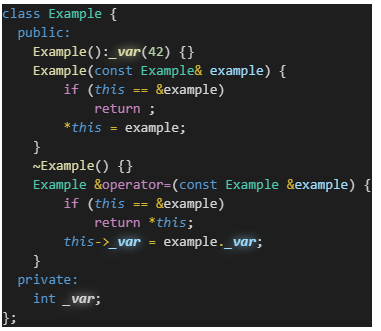
Earlier version of the draw.io export images/memberVariableThis.drawio.png (MickaelBlet/highlight-regex). Source tidied: cells renumbered, new cells last; positions are measured from the earlier drawing's top-left corner, leaving out a move shared by most shapes.
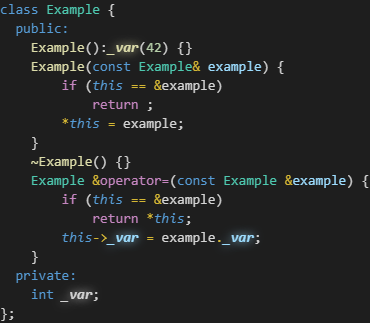
The same file after the commit.

What changed in the source:
```diff
@@ -2,8 +2,8 @@
   <root>
     <mxCell id="0" />
     <mxCell id="1" parent="0" />
-    <mxCell id="2" value="&lt;div style=&quot;color: rgb(212 , 212 , 212) ; background-color: rgb(30 , 30 , 30) ; font-family: &amp;#34;consolas&amp;#34; , &amp;#34;courier new&amp;#34; , monospace ; font-size: 14px ; line-height: 19px&quot;&gt;&lt;div&gt;&lt;span style=&quot;color: #569cd6&quot;&gt;class&lt;/span&gt; &lt;span style=&quot;color: #4ec9b0&quot;&gt;Example&lt;/span&gt; {&lt;/div&gt;&lt;div&gt;&amp;nbsp; &lt;span style=&quot;color: #569cd6&quot;&gt;public:&lt;/span&gt;&lt;/div&gt;&lt;div&gt;&amp;nbsp; &amp;nbsp; &lt;span style=&quot;color: #dcdcaa&quot;&gt;Example&lt;/span&gt;():&lt;span style=&quot;color: #dcdcaa ; font-style: italic ; font-weight: bold ; text-shadow: 0px 0px 10px&quot;&gt;_var&lt;/span&gt;(&lt;span style=&quot;color: #b5cea8&quot;&gt;42&lt;/span&gt;) {}&lt;/div&gt;&lt;div&gt;&amp;nbsp; &amp;nbsp; &lt;span style=&quot;color: #dcdcaa&quot;&gt;Example&lt;/span&gt;(&lt;span style=&quot;color: #569cd6&quot;&gt;const&lt;/span&gt; &lt;span style=&quot;color: #4ec9b0&quot;&gt;Example&lt;/span&gt;&lt;span style=&quot;color: #d5b734&quot;&gt;&amp;amp;&lt;/span&gt; &lt;span style=&quot;color: #9cdcfe&quot;&gt;example&lt;/span&gt;) {&lt;/div&gt;&lt;div&gt;&amp;nbsp; &amp;nbsp; &amp;nbsp; &amp;nbsp; &lt;span style=&quot;color: #c586c0&quot;&gt;if&lt;/span&gt; (&lt;i&gt;&lt;span style=&quot;color: #569cd6&quot;&gt;this&lt;/span&gt; &lt;/i&gt;&lt;span style=&quot;color: #d5b734&quot;&gt;==&lt;/span&gt; &lt;span style=&quot;color: #d5b734&quot;&gt;&amp;amp;&lt;/span&gt;example)&lt;/div&gt;&lt;div&gt;&amp;nbsp; &amp;nbsp; &amp;nbsp; &amp;nbsp; &amp;nbsp; &amp;nbsp; &lt;span style=&quot;color: #c586c0&quot;&gt;return&lt;/span&gt; ;&lt;/div&gt;&lt;div&gt;&amp;nbsp; &amp;nbsp; &amp;nbsp; &amp;nbsp; &lt;span style=&quot;color: #d5b734&quot;&gt;*&lt;/span&gt;&lt;i&gt;&lt;span style=&quot;color: #569cd6&quot;&gt;this&lt;/span&gt; &lt;/i&gt;&lt;span style=&quot;color: #d5b734&quot;&gt;=&lt;/span&gt; example;&lt;/div&gt;&lt;div&gt;&amp;nbsp; &amp;nbsp; }&lt;/div&gt;&lt;div&gt;&amp;nbsp; &amp;nbsp; &lt;span style=&quot;color: #dcdcaa&quot;&gt;~Example&lt;/span&gt;() {}&lt;/div&gt;&lt;div&gt;&amp;nbsp; &amp;nbsp; &lt;span style=&quot;color: #4ec9b0&quot;&gt;Example&lt;/span&gt; &lt;span style=&quot;color: #d5b734&quot;&gt;&amp;amp;&lt;/span&gt;&lt;span style=&quot;color: #c586c0&quot;&gt;operator=&lt;/span&gt;(&lt;span style=&quot;color: #569cd6&quot;&gt;const&lt;/span&gt; &lt;span style=&quot;color: #4ec9b0&quot;&gt;Example&lt;/span&gt; &lt;span style=&quot;color: #d5b734&quot;&gt;&amp;amp;&lt;/span&gt;&lt;span style=&quot;color: #9cdcfe&quot;&gt;example&lt;/span&gt;) {&lt;/div&gt;&lt;div&gt;&amp;nbsp; &amp;nbsp; &amp;nbsp; &amp;nbsp; &lt;span style=&quot;color: #c586c0&quot;&gt;if&lt;/span&gt; (&lt;i&gt;&lt;span style=&quot;color: #569cd6&quot;&gt;this&lt;/span&gt; &lt;/i&gt;&lt;span style=&quot;color: #d5b734&quot;&gt;==&lt;/span&gt; &lt;span style=&quot;color: #d5b734&quot;&gt;&amp;amp;&lt;/span&gt;example)&lt;/div&gt;&lt;div&gt;&amp;nbsp; &amp;nbsp; &amp;nbsp; &amp;nbsp; &amp;nbsp; &amp;nbsp; &lt;span style=&quot;color: #c586c0&quot;&gt;return&lt;/span&gt; &lt;span style=&quot;color: #d5b734&quot;&gt;*&lt;/span&gt;&lt;span style=&quot;color: #569cd6&quot;&gt;&lt;i&gt;this&lt;/i&gt;&lt;/span&gt;;&lt;/div&gt;&lt;div&gt;&amp;nbsp; &amp;nbsp; &amp;nbsp; &amp;nbsp; &lt;span style=&quot;color: #569cd6&quot;&gt;&lt;i&gt;this&lt;/i&gt;&lt;/span&gt;&lt;span style=&quot;color: #d5b734&quot;&gt;-&amp;gt;&lt;/span&gt;&lt;span style=&quot;color: #9cdcfe ; font-style: italic ; font-weight: bold ; text-shadow: 0px 0px 10px&quot;&gt;_var&lt;/span&gt; &lt;span style=&quot;color: #d5b734&quot;&gt;=&lt;/span&gt; example&lt;span style=&quot;color: #d5b734&quot;&gt;.&lt;/span&gt;&lt;span style=&quot;color: #9cdcfe ; font-style: italic ; font-weight: bold ; text-shadow: 0px 0px 10px&quot;&gt;_var&lt;/span&gt;;&lt;/div&gt;&lt;div&gt;&amp;nbsp; &amp;nbsp; }&lt;/div&gt;&lt;div&gt;&amp;nbsp; &lt;span style=&quot;color: #569cd6&quot;&gt;private:&lt;/span&gt;&lt;/div&gt;&lt;div&gt;&amp;nbsp; &amp;nbsp; &lt;span style=&quot;color: #569cd6&quot;&gt;int&lt;/span&gt; &lt;span style=&quot;font-style: italic ; font-weight: bold ; text-shadow: 0px 0px 10px&quot;&gt;_var&lt;/span&gt;;&lt;/div&gt;&lt;div&gt;};&lt;/div&gt;&lt;/div&gt;" style="text;html=1;strokeColor=none;fillColor=none;align=left;verticalAlign=middle;whiteSpace=wrap;rounded=0;" parent="1" vertex="1">
-      <mxGeometry width="380" height="330" as="geometry" />
+    <mxCell id="2" value="&lt;div style=&quot;color: rgb(212 , 212 , 212) ; background-color: rgb(30 , 30 , 30) ; font-family: &amp;#34;consolas&amp;#34; , &amp;#34;courier new&amp;#34; , monospace ; font-size: 14px ; line-height: 19px&quot;&gt;&lt;div&gt;&lt;span style=&quot;color: #569cd6&quot;&gt;class&lt;/span&gt; &lt;span style=&quot;color: #4ec9b0&quot;&gt;Example&lt;/span&gt; {&lt;/div&gt;&lt;div&gt;&amp;nbsp; &lt;span style=&quot;color: #569cd6&quot;&gt;public:&lt;/span&gt;&lt;/div&gt;&lt;div&gt;&amp;nbsp; &amp;nbsp; &lt;span style=&quot;color: #dcdcaa&quot;&gt;Example&lt;/span&gt;():&lt;span style=&quot;color: #dcdcaa ; font-style: italic ; font-weight: bold ; text-shadow: 0px 0px 10px&quot;&gt;_var&lt;/span&gt;(&lt;span style=&quot;color: #b5cea8&quot;&gt;42&lt;/span&gt;) {}&lt;/div&gt;&lt;div&gt;&amp;nbsp; &amp;nbsp; &lt;span style=&quot;color: #dcdcaa&quot;&gt;Example&lt;/span&gt;(&lt;span style=&quot;color: #569cd6&quot;&gt;const&lt;/span&gt; &lt;span style=&quot;color: #4ec9b0&quot;&gt;Example&lt;/span&gt;&lt;span style=&quot;color: #d5b734&quot;&gt;&amp;amp;&lt;/span&gt; &lt;span style=&quot;color: #9cdcfe&quot;&gt;example&lt;/span&gt;) {&lt;/div&gt;&lt;div&gt;&amp;nbsp; &amp;nbsp; &amp;nbsp; &amp;nbsp; &lt;span style=&quot;color: #c586c0&quot;&gt;if&lt;/span&gt; (&lt;i&gt;&lt;span style=&quot;color: #569cd6&quot;&gt;this&lt;/span&gt; &lt;/i&gt;&lt;span style=&quot;color: #d5b734&quot;&gt;==&lt;/span&gt; &lt;span style=&quot;color: #d5b734&quot;&gt;&amp;amp;&lt;/span&gt;example)&lt;/div&gt;&lt;div&gt;&amp;nbsp; &amp;nbsp; &amp;nbsp; &amp;nbsp; &amp;nbsp; &amp;nbsp; &lt;span style=&quot;color: #c586c0&quot;&gt;return&lt;/span&gt; ;&lt;/div&gt;&lt;div&gt;&amp;nbsp; &amp;nbsp; &amp;nbsp; &amp;nbsp; &lt;span style=&quot;color: #d5b734&quot;&gt;*&lt;/span&gt;&lt;i&gt;&lt;span style=&quot;color: #569cd6&quot;&gt;this&lt;/span&gt; &lt;/i&gt;&lt;span style=&quot;color: #d5b734&quot;&gt;=&lt;/span&gt; example;&lt;/div&gt;&lt;div&gt;&amp;nbsp; &amp;nbsp; }&lt;/div&gt;&lt;div&gt;&amp;nbsp; &amp;nbsp; &lt;span style=&quot;color: #dcdcaa&quot;&gt;~Example&lt;/span&gt;() {}&lt;/div&gt;&lt;div&gt;&amp;nbsp; &amp;nbsp; &lt;span style=&quot;color: #4ec9b0&quot;&gt;Example&lt;/span&gt; &lt;span style=&quot;color: #d5b734&quot;&gt;&amp;amp;&lt;/span&gt;&lt;span style=&quot;color: #c586c0&quot;&gt;operator=&lt;/span&gt;(&lt;span style=&quot;color: #569cd6&quot;&gt;const&lt;/span&gt; &lt;span style=&quot;color: #4ec9b0&quot;&gt;Example&lt;/span&gt; &lt;span style=&quot;color: #d5b734&quot;&gt;&amp;amp;&lt;/span&gt;&lt;span style=&quot;color: #9cdcfe&quot;&gt;example&lt;/span&gt;) {&lt;/div&gt;&lt;div&gt;&amp;nbsp; &amp;nbsp; &amp;nbsp; &amp;nbsp; &lt;span style=&quot;color: #c586c0&quot;&gt;if&lt;/span&gt; (&lt;i&gt;&lt;span style=&quot;color: #569cd6&quot;&gt;this&lt;/span&gt; &lt;/i&gt;&lt;span style=&quot;color: #d5b734&quot;&gt;==&lt;/span&gt; &lt;span style=&quot;color: #d5b734&quot;&gt;&amp;amp;&lt;/span&gt;example)&lt;/div&gt;&lt;div&gt;&amp;nbsp; &amp;nbsp; &amp;nbsp; &amp;nbsp; &amp;nbsp; &amp;nbsp; &lt;span style=&quot;color: #c586c0&quot;&gt;return&lt;/span&gt; &lt;span style=&quot;color: #d5b734&quot;&gt;*&lt;/span&gt;&lt;span style=&quot;color: #569cd6&quot;&gt;&lt;i&gt;this&lt;/i&gt;&lt;/span&gt;;&lt;/div&gt;&lt;div&gt;&amp;nbsp; &amp;nbsp; &amp;nbsp; &amp;nbsp; &lt;span style=&quot;color: #569cd6&quot;&gt;&lt;i&gt;this&lt;/i&gt;&lt;/span&gt;&lt;span style=&quot;color: #d5b734&quot;&gt;-&amp;gt;&lt;/span&gt;&lt;span style=&quot;color: #9cdcfe ; font-style: italic ; font-weight: bold ; text-shadow: 0px 0px 10px&quot;&gt;_var&lt;/span&gt; &lt;span style=&quot;color: #d5b734&quot;&gt;=&lt;/span&gt; example&lt;span style=&quot;color: #d5b734&quot;&gt;.&lt;/span&gt;&lt;span style=&quot;color: #9cdcfe ; font-style: italic ; font-weight: bold ; text-shadow: 0px 0px 10px&quot;&gt;_var&lt;/span&gt;;&lt;/div&gt;&lt;div&gt;&amp;nbsp; &amp;nbsp; }&lt;/div&gt;&lt;div&gt;&amp;nbsp; &lt;span style=&quot;color: #569cd6&quot;&gt;private:&lt;/span&gt;&lt;/div&gt;&lt;div&gt;&amp;nbsp; &amp;nbsp; &lt;span style=&quot;color: #569cd6&quot;&gt;int&lt;/span&gt; &lt;span style=&quot;font-style: italic ; font-weight: bold ; text-shadow: 0px 0px 10px&quot;&gt;_var&lt;/span&gt;;&lt;/div&gt;&lt;div&gt;};&lt;/div&gt;&lt;/div&gt;" style="text;html=1;strokeColor=none;fillColor=none;align=left;verticalAlign=top;whiteSpace=wrap;rounded=0;spacingTop=-5;spacing=0;" parent="1" vertex="1">
+      <mxGeometry width="370" height="322" as="geometry" />
     </mxCell>
   </root>
 </mxGraphModel>
```
